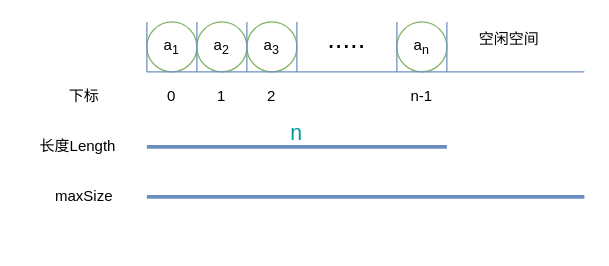
Above: images/new-algorithm/02-01.drawio in overnote/over-algorithm (draw.io), before the change. Source tidied: cells renumbered, new cells numbered last; positions are measured from the earlier drawing's top-left corner, leaving out a move shared by most shapes. Both pictures are drawn from the tidied source at 125%, with x=0, y=0 at pixel (34, 21).
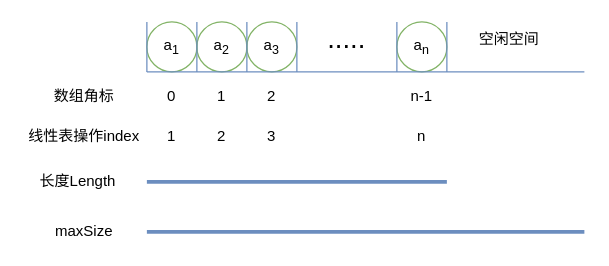
Above is the later version.

Diff of the diagram source:
```diff
@@
-    <mxCell id="15" value="下标" style="text;html=1;strokeColor=none;fillColor=none;align=center;verticalAlign=middle;whiteSpace=wrap;rounded=0;fontSize=12;" parent="1" vertex="1">
+    <mxCell id="15" value="数组角标" style="text;html=1;strokeColor=none;fillColor=none;align=center;verticalAlign=middle;whiteSpace=wrap;rounded=0;fontSize=12;" parent="1" vertex="1">
       <mxGeometry x="10" y="50" width="60" height="20" as="geometry" />
     </mxCell>
@@
     <mxCell id="20" value="长度Length" style="text;html=1;strokeColor=none;fillColor=none;align=center;verticalAlign=middle;whiteSpace=wrap;rounded=0;fontSize=12;" parent="1" vertex="1">
-      <mxGeometry y="90" width="70" height="20" as="geometry" />
+      <mxGeometry y="118" width="70" height="20" as="geometry" />
     </mxCell>
     <mxCell id="21" style="endArrow=none;html=1;fontSize=22;fillColor=#dae8fc;strokeColor=#6c8ebf;strokeWidth=3;" parent="1" edge="1">
       <mxGeometry relative="1" as="geometry">
-        <mxPoint x="90" y="100" as="sourcePoint" />
-        <mxPoint x="330" y="100" as="targetPoint" />
+        <mxPoint x="90" y="128" as="sourcePoint" />
+        <mxPoint x="330" y="128" as="targetPoint" />
       </mxGeometry>
     </mxCell>
-    <mxCell id="22" value="n" style="text;html=1;align=center;verticalAlign=middle;whiteSpace=wrap;rounded=0;fontSize=17;fontColor=#009999;" parent="1" vertex="1">
-      <mxGeometry x="180" y="80" width="60" height="20" as="geometry" />
-    </mxCell>
     <mxCell id="23" value="maxSize" style="text;html=1;strokeColor=none;fillColor=none;align=center;verticalAlign=middle;whiteSpace=wrap;rounded=0;fontSize=12;" parent="1" vertex="1">
-      <mxGeometry x="10" y="130" width="60" height="20" as="geometry" />
+      <mxGeometry x="10" y="158" width="60" height="20" as="geometry" />
     </mxCell>
     <mxCell id="24" style="endArrow=none;html=1;fontSize=22;fillColor=#dae8fc;strokeColor=#6c8ebf;strokeWidth=3;" parent="1" edge="1">
       <mxGeometry relative="1" as="geometry">
-        <mxPoint x="90" y="140" as="sourcePoint" />
-        <mxPoint x="440" y="140" as="targetPoint" />
+        <mxPoint x="90" y="168" as="sourcePoint" />
+        <mxPoint x="440" y="168" as="targetPoint" />
       </mxGeometry>
     </mxCell>
+    <mxCell id="25" value="线性表操作index" style="text;html=1;strokeColor=none;fillColor=none;align=center;verticalAlign=middle;whiteSpace=wrap;rounded=0;fontSize=12;" parent="1" vertex="1">
+      <mxGeometry x="-10" y="82" width="100" height="20" as="geometry" />
+    </mxCell>
+    <mxCell id="26" value="1" style="text;html=1;strokeColor=none;fillColor=none;align=center;verticalAlign=middle;whiteSpace=wrap;rounded=0;fontSize=12;" parent="1" vertex="1">
+      <mxGeometry x="90" y="82" width="40" height="20" as="geometry" />
+    </mxCell>
+    <mxCell id="27" value="2" style="text;html=1;strokeColor=none;fillColor=none;align=center;verticalAlign=middle;whiteSpace=wrap;rounded=0;fontSize=12;" parent="1" vertex="1">
+      <mxGeometry x="130" y="82" width="40" height="20" as="geometry" />
+    </mxCell>
+    <mxCell id="28" value="3" style="text;html=1;strokeColor=none;fillColor=none;align=center;verticalAlign=middle;whiteSpace=wrap;rounded=0;fontSize=12;" parent="1" vertex="1">
+      <mxGeometry x="170" y="82" width="40" height="20" as="geometry" />
+    </mxCell>
+    <mxCell id="22" value="n" style="text;html=1;strokeColor=none;fillColor=none;align=center;verticalAlign=middle;whiteSpace=wrap;rounded=0;fontSize=12;" parent="1" vertex="1">
+      <mxGeometry x="290" y="82" width="40" height="20" as="geometry" />
+    </mxCell>
```
